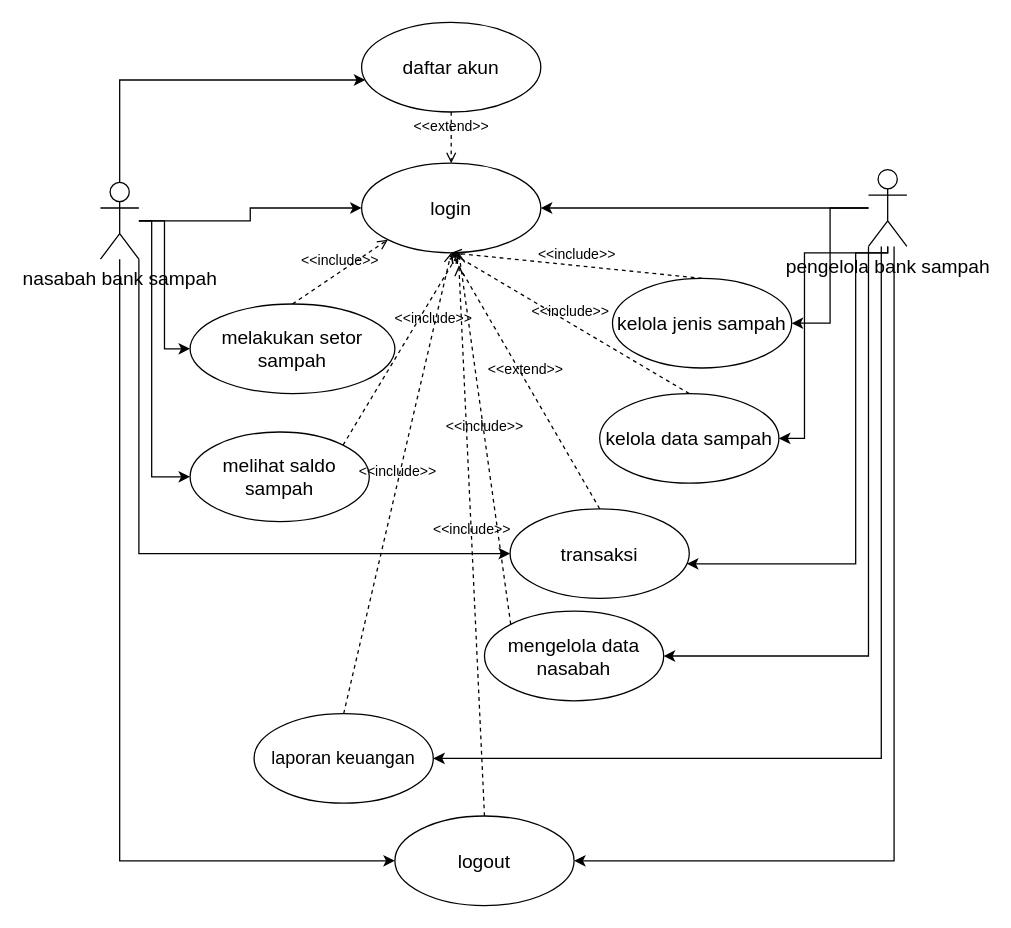
Earlier version of the draw.io diagram page "use case" (1 of 22) of Untitled Diagram.drawio (dreamergirl01/uml_bankSampah). Source tidied: cells renumbered, new cells numbered last; positions are measured from the earlier drawing's top-left corner, leaving out a move shared by most shapes. Both pictures are drawn from the tidied source at 128%, with x=0, y=0 at pixel (100, 22).
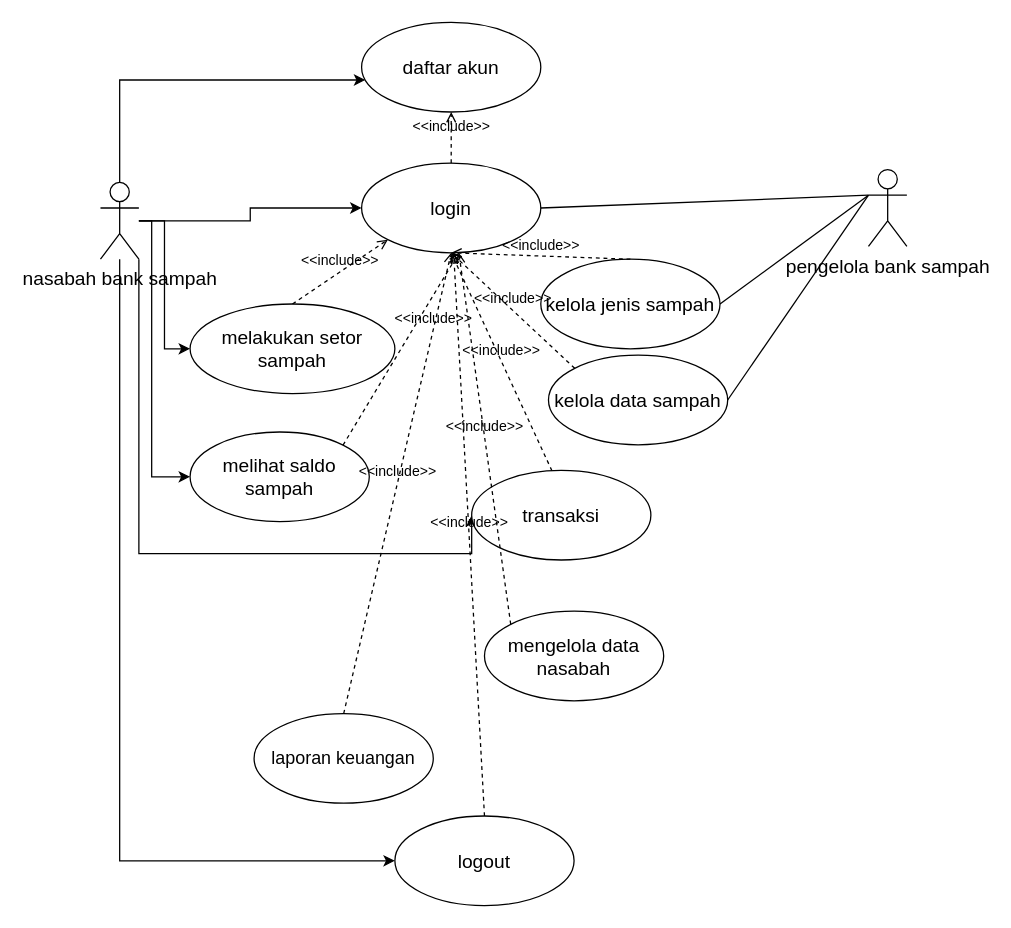
Above is the later version.

The change refers to these unchanged cells:
```xml
<mxCell id="15" value="&lt;div&gt;&lt;span style=&quot;background-color: initial;&quot;&gt;pengelola bank sampah&lt;/span&gt;&lt;/div&gt;" style="shape=umlActor;verticalLabelPosition=bottom;verticalAlign=top;html=1;fontSize=15;" parent="1" vertex="1">
  <mxGeometry x="600" y="115" width="30" height="60" as="geometry" />
</mxCell>
<mxCell id="16" value="login" style="ellipse;whiteSpace=wrap;html=1;fontSize=15;" parent="1" vertex="1">
  <mxGeometry x="204" y="110" width="140" height="70" as="geometry" />
</mxCell>
<mxCell id="17" value="logout" style="ellipse;whiteSpace=wrap;html=1;fontSize=15;" parent="1" vertex="1">
  <mxGeometry x="230" y="620" width="140" height="70" as="geometry" />
</mxCell>
<mxCell id="18" value="daftar akun" style="ellipse;whiteSpace=wrap;html=1;fontSize=15;" parent="1" vertex="1">
  <mxGeometry x="204" width="140" height="70" as="geometry" />
</mxCell>
<mxCell id="20" value="mengelola data nasabah" style="ellipse;whiteSpace=wrap;html=1;fontSize=15;" parent="1" vertex="1">
  <mxGeometry x="300" y="460" width="140" height="70" as="geometry" />
</mxCell>
<mxCell id="24" value="laporan keuangan" style="ellipse;whiteSpace=wrap;html=1;fontSize=14;" parent="1" vertex="1">
  <mxGeometry x="120" y="540" width="140" height="70" as="geometry" />
</mxCell>
```

What changed in the source:
```diff
@@
-    <mxCell id="9" style="edgeStyle=orthogonalEdgeStyle;rounded=0;jettySize=auto;html=1;entryX=1;entryY=0.5;entryDx=0;entryDy=0;" parent="1" edge="1" source="15" target="16">
-      <mxGeometry relative="1" as="geometry" />
-    </mxCell>
-    <mxCell id="10" style="edgeStyle=orthogonalEdgeStyle;rounded=0;jettySize=auto;html=1;entryX=1;entryY=0.5;entryDx=0;entryDy=0;" parent="1" edge="1" source="15" target="17">
-      <mxGeometry relative="1" as="geometry">
-        <Array as="points">
-          <mxPoint x="620" y="655" />
-        </Array>
-      </mxGeometry>
-    </mxCell>
-    <mxCell id="11" style="edgeStyle=orthogonalEdgeStyle;rounded=0;jettySize=auto;html=1;entryX=1;entryY=0.5;entryDx=0;entryDy=0;" parent="1" edge="1" source="15" target="20">
-      <mxGeometry relative="1" as="geometry">
-        <Array as="points">
-          <mxPoint x="600" y="495" />
-        </Array>
-      </mxGeometry>
-    </mxCell>
-    <mxCell id="12" style="edgeStyle=orthogonalEdgeStyle;rounded=0;jettySize=auto;html=1;entryX=1;entryY=0.5;entryDx=0;entryDy=0;" parent="1" edge="1" source="15" target="21">
-      <mxGeometry relative="1" as="geometry">
-        <Array as="points">
-          <mxPoint x="550" y="180" />
-          <mxPoint x="550" y="325" />
-        </Array>
-      </mxGeometry>
-    </mxCell>
-    <mxCell id="13" style="edgeStyle=orthogonalEdgeStyle;rounded=0;jettySize=auto;html=1;entryX=1;entryY=0.5;entryDx=0;entryDy=0;" parent="1" edge="1" source="15" target="24">
-      <mxGeometry relative="1" as="geometry">
-        <Array as="points">
-          <mxPoint x="610" y="575" />
-        </Array>
-      </mxGeometry>
-    </mxCell>
-    <mxCell id="14" style="edgeStyle=orthogonalEdgeStyle;rounded=0;jettySize=auto;html=1;entryX=1;entryY=0.5;entryDx=0;entryDy=0;" parent="1" edge="1" source="15" target="23">
-      <mxGeometry relative="1" as="geometry">
-        <Array as="points">
-          <mxPoint x="570" y="145" />
-          <mxPoint x="570" y="235" />
-        </Array>
-      </mxGeometry>
-    </mxCell>
@@
     <mxCell id="21" value="kelola data sampah" style="ellipse;whiteSpace=wrap;html=1;fontSize=15;" parent="1" vertex="1">
-      <mxGeometry x="390" y="290" width="140" height="70" as="geometry" />
+      <mxGeometry x="350" y="260" width="140" height="70" as="geometry" />
     </mxCell>
-    <mxCell id="22" value="&amp;lt;&amp;lt;extend&amp;gt;&amp;gt;" style="html=1;verticalAlign=bottom;labelBackgroundColor=none;endArrow=open;endFill=0;dashed=1;rounded=0;exitX=0.5;exitY=1;exitDx=0;exitDy=0;entryX=0.5;entryY=0;entryDx=0;entryDy=0;" parent="1" edge="1" source="18" target="16">
-      <mxGeometry relative="1" as="geometry" />
-    </mxCell>
     <mxCell id="23" value="kelola jenis sampah" style="ellipse;whiteSpace=wrap;html=1;fontSize=15;" parent="1" vertex="1">
-      <mxGeometry x="400" y="200" width="140" height="70" as="geometry" />
+      <mxGeometry x="344" y="185" width="140" height="70" as="geometry" />
     </mxCell>
@@
-    <mxCell id="25" style="edgeStyle=orthogonalEdgeStyle;rounded=0;jettySize=auto;html=1;" parent="1" edge="1" source="15" target="26">
-      <mxGeometry relative="1" as="geometry">
-        <Array as="points">
-          <mxPoint x="590" y="180" />
-          <mxPoint x="590" y="423" />
-        </Array>
-      </mxGeometry>
-    </mxCell>
     <mxCell id="26" value="transaksi" style="ellipse;whiteSpace=wrap;html=1;fontSize=15;" parent="1" vertex="1">
-      <mxGeometry x="320" y="380" width="140" height="70" as="geometry" />
+      <mxGeometry x="290" y="350" width="140" height="70" as="geometry" />
     </mxCell>
@@
-    <mxCell id="30" value="&amp;lt;&amp;lt;include&amp;gt;&amp;gt;" style="html=1;verticalAlign=bottom;labelBackgroundColor=none;endArrow=open;endFill=0;dashed=1;rounded=0;exitX=0.5;exitY=0;exitDx=0;exitDy=0;entryX=0.5;entryY=1;entryDx=0;entryDy=0;" parent="1" edge="1" source="21" target="16">
+    <mxCell id="30" value="&amp;lt;&amp;lt;include&amp;gt;&amp;gt;" style="html=1;verticalAlign=bottom;labelBackgroundColor=none;endArrow=open;endFill=0;dashed=1;rounded=0;exitX=0;exitY=0;exitDx=0;exitDy=0;entryX=0.5;entryY=1;entryDx=0;entryDy=0;" parent="1" edge="1" source="21" target="16">
       <mxGeometry relative="1" as="geometry" />
     </mxCell>
-    <mxCell id="31" value="&amp;lt;&amp;lt;extend&amp;gt;&amp;gt;" style="html=1;verticalAlign=bottom;labelBackgroundColor=none;endArrow=open;endFill=0;dashed=1;rounded=0;exitX=0.5;exitY=0;exitDx=0;exitDy=0;entryX=0.5;entryY=1;entryDx=0;entryDy=0;" parent="1" edge="1" source="26" target="16">
-      <mxGeometry relative="1" as="geometry" />
-    </mxCell>
@@
-    <mxCell id="34" value="&amp;lt;&amp;lt;include&amp;gt;&amp;gt;" style="html=1;verticalAlign=bottom;labelBackgroundColor=none;endArrow=open;endFill=0;dashed=1;rounded=0;exitX=0.5;exitY=0;exitDx=0;exitDy=0;" parent="1" edge="1" source="17">
-      <mxGeometry relative="1" as="geometry">
-        <mxPoint x="280" y="190" as="targetPoint" />
-      </mxGeometry>
+    <mxCell id="34" value="&amp;lt;&amp;lt;include&amp;gt;&amp;gt;" style="html=1;verticalAlign=bottom;labelBackgroundColor=none;endArrow=open;endFill=0;dashed=1;rounded=0;exitX=0.5;exitY=0;exitDx=0;exitDy=0;" parent="1" edge="1" source="17" target="16">
+      <mxGeometry relative="1" as="geometry" />
     </mxCell>
@@
+    <mxCell id="31" value="&amp;lt;&amp;lt;include&amp;gt;&amp;gt;" style="html=1;verticalAlign=bottom;labelBackgroundColor=none;endArrow=open;endFill=0;dashed=1;rounded=0;exitX=0.448;exitY=0.005;exitDx=0;exitDy=0;exitPerimeter=0;entryX=0.5;entryY=1;entryDx=0;entryDy=0;" parent="1" edge="1" source="26" target="16">
+      <mxGeometry relative="1" as="geometry" />
+    </mxCell>
+    <mxCell id="36" value="&amp;lt;&amp;lt;include&amp;gt;&amp;gt;" style="html=1;verticalAlign=bottom;labelBackgroundColor=none;endArrow=open;endFill=0;dashed=1;rounded=0;entryX=0.5;entryY=1;entryDx=0;entryDy=0;exitX=0.5;exitY=0;exitDx=0;exitDy=0;" parent="1" edge="1" source="16" target="18">
+      <mxGeometry relative="1" as="geometry" />
+    </mxCell>
+    <mxCell id="37" style="endArrow=none;html=1;rounded=0;entryX=0;entryY=0.3333333333333333;entryDx=0;entryDy=0;entryPerimeter=0;exitX=1;exitY=0.5;exitDx=0;exitDy=0;" parent="1" edge="1" source="16" target="15">
+      <mxGeometry relative="1" as="geometry" />
+    </mxCell>
+    <mxCell id="38" style="endArrow=none;html=1;rounded=0;entryX=0;entryY=0.3333333333333333;entryDx=0;entryDy=0;entryPerimeter=0;exitX=1;exitY=0.5;exitDx=0;exitDy=0;" parent="1" edge="1" source="23" target="15">
+      <mxGeometry relative="1" as="geometry" />
+    </mxCell>
+    <mxCell id="39" style="endArrow=none;html=1;rounded=0;entryX=0;entryY=0.3333333333333333;entryDx=0;entryDy=0;entryPerimeter=0;exitX=1;exitY=0.5;exitDx=0;exitDy=0;" parent="1" edge="1" source="21" target="15">
+      <mxGeometry relative="1" as="geometry" />
+    </mxCell>
```
